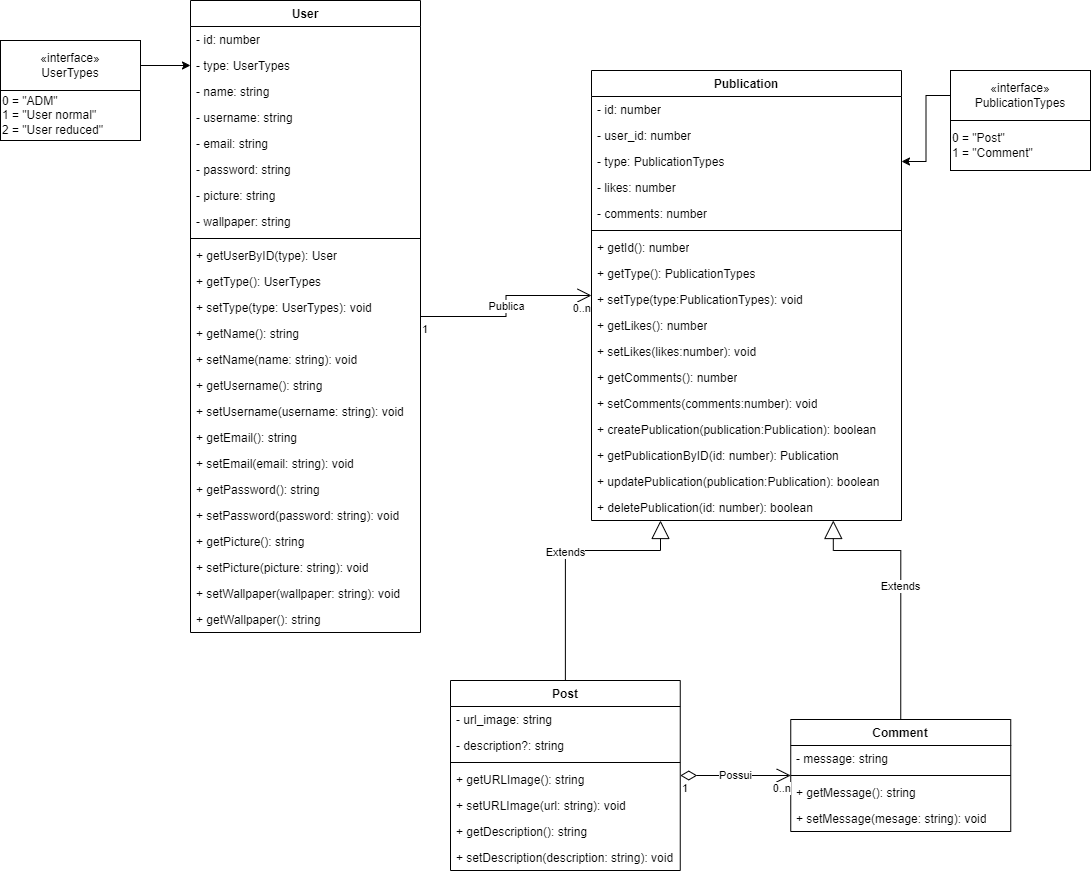
Above: docs/Diagrama de classes/Stimulus.png in CleitonJB/PW-Stimulus (draw.io), before the change. Source tidied: cells renumbered, new cells last; positions are measured from the earlier drawing's top-left corner, leaving out a move shared by most shapes.
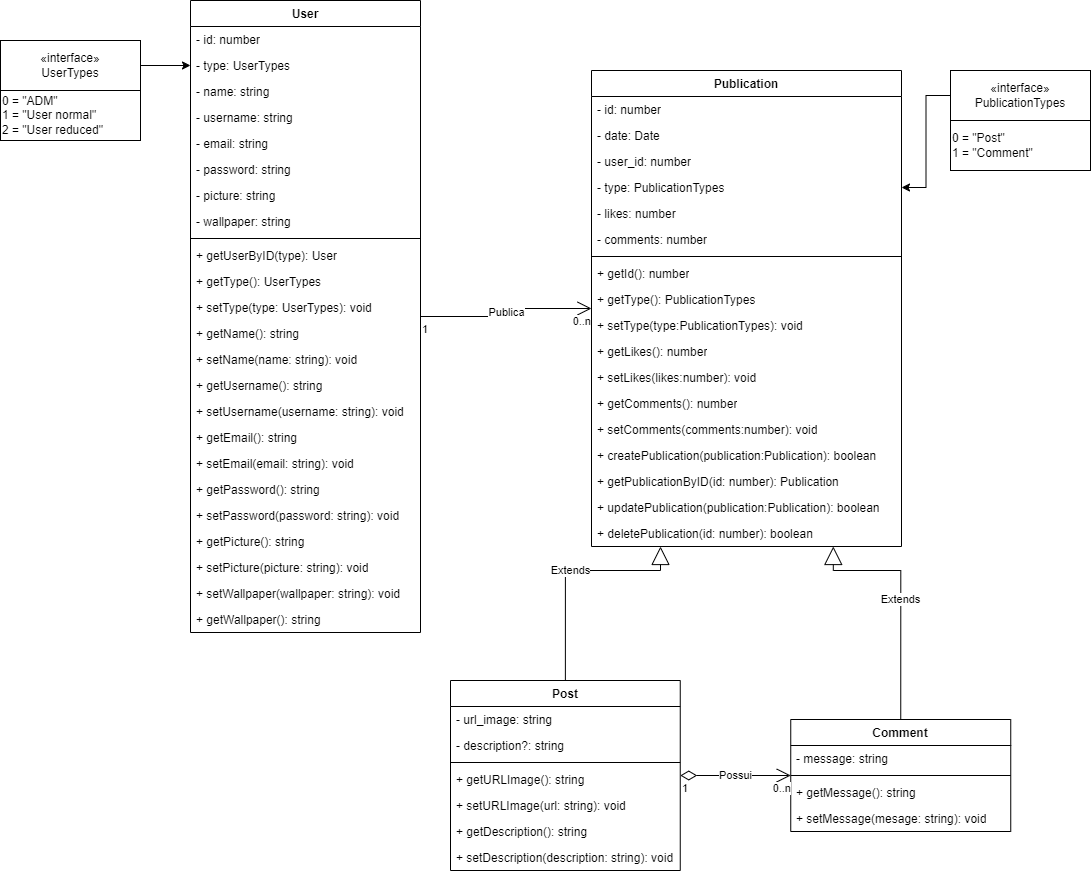
Above is the later version.

Commit message:
Update 'Diagrama de classes'

What changed in the source:
```diff
@@ -117,58 +117,61 @@
       <mxGeometry y="86" width="220" height="26" as="geometry" />
     </mxCell>
     <mxCell id="40" value="&lt;div&gt;&lt;span style=&quot;background-color: initial;&quot;&gt;Publication&lt;/span&gt;&lt;br&gt;&lt;/div&gt;" style="swimlane;fontStyle=1;align=center;verticalAlign=top;horizontal=1;startSize=26;whiteSpace=wrap;html=1;" parent="1" vertex="1">
-      <mxGeometry x="591" y="70" width="310" height="450" as="geometry" />
+      <mxGeometry x="591" y="70" width="310" height="476" as="geometry" />
     </mxCell>
     <mxCell id="41" value="- id: number" style="text;strokeColor=none;fillColor=none;align=left;verticalAlign=top;spacingLeft=4;spacingRight=4;overflow=hidden;whiteSpace=wrap;html=1;" parent="40" vertex="1">
       <mxGeometry y="26" width="310" height="26" as="geometry" />
     </mxCell>
+    <mxCell id="74" value="- date: Date" style="text;strokeColor=none;fillColor=none;align=left;verticalAlign=top;spacingLeft=4;spacingRight=4;overflow=hidden;whiteSpace=wrap;html=1;" parent="40" vertex="1">
+      <mxGeometry y="52" width="310" height="26" as="geometry" />
+    </mxCell>
     <mxCell id="42" value="- user_id: number" style="text;strokeColor=none;fillColor=none;align=left;verticalAlign=top;spacingLeft=4;spacingRight=4;overflow=hidden;whiteSpace=wrap;html=1;" parent="40" vertex="1">
-      <mxGeometry y="52" width="310" height="26" as="geometry" />
+      <mxGeometry y="78" width="310" height="26" as="geometry" />
     </mxCell>
     <mxCell id="43" value="- type: PublicationTypes" style="text;strokeColor=none;fillColor=none;align=left;verticalAlign=top;spacingLeft=4;spacingRight=4;overflow=hidden;points=[[0,0.5],[1,0.5]];portConstraint=eastwest;whiteSpace=wrap;html=1;" parent="40" vertex="1">
-      <mxGeometry y="78" width="310" height="26" as="geometry" />
+      <mxGeometry y="104" width="310" height="26" as="geometry" />
     </mxCell>
     <mxCell id="44" value="- likes: number" style="text;strokeColor=none;fillColor=none;align=left;verticalAlign=top;spacingLeft=4;spacingRight=4;overflow=hidden;whiteSpace=wrap;html=1;" parent="40" vertex="1">
-      <mxGeometry y="104" width="310" height="26" as="geometry" />
+      <mxGeometry y="130" width="310" height="26" as="geometry" />
     </mxCell>
     <mxCell id="45" value="- comments: number" style="text;strokeColor=none;fillColor=none;align=left;verticalAlign=top;spacingLeft=4;spacingRight=4;overflow=hidden;whiteSpace=wrap;html=1;" parent="40" vertex="1">
-      <mxGeometry y="130" width="310" height="26" as="geometry" />
+      <mxGeometry y="156" width="310" height="26" as="geometry" />
     </mxCell>
     <mxCell id="46" style="line;strokeWidth=1;fillColor=none;align=left;verticalAlign=middle;spacingTop=-1;spacingLeft=3;spacingRight=3;labelPosition=right;strokeColor=inherit;" parent="40" vertex="1">
-      <mxGeometry y="156" width="310" height="8" as="geometry" />
+      <mxGeometry y="182" width="310" height="8" as="geometry" />
     </mxCell>
     <mxCell id="47" value="+ getId(): number" style="text;strokeColor=none;fillColor=none;align=left;verticalAlign=top;spacingLeft=4;spacingRight=4;overflow=hidden;whiteSpace=wrap;html=1;" parent="40" vertex="1">
-      <mxGeometry y="164" width="310" height="26" as="geometry" />
+      <mxGeometry y="190" width="310" height="26" as="geometry" />
     </mxCell>
     <mxCell id="48" value="+ getType(): PublicationTypes" style="text;strokeColor=none;fillColor=none;align=left;verticalAlign=top;spacingLeft=4;spacingRight=4;overflow=hidden;whiteSpace=wrap;html=1;" parent="40" vertex="1">
-      <mxGeometry y="190" width="310" height="26" as="geometry" />
+      <mxGeometry y="216" width="310" height="26" as="geometry" />
     </mxCell>
     <mxCell id="49" value="+ setType(type:PublicationTypes): void" style="text;strokeColor=none;fillColor=none;align=left;verticalAlign=top;spacingLeft=4;spacingRight=4;overflow=hidden;whiteSpace=wrap;html=1;" parent="40" vertex="1">
-      <mxGeometry y="216" width="310" height="26" as="geometry" />
+      <mxGeometry y="242" width="310" height="26" as="geometry" />
     </mxCell>
     <mxCell id="50" value="+ getLikes(): number" style="text;strokeColor=none;fillColor=none;align=left;verticalAlign=top;spacingLeft=4;spacingRight=4;overflow=hidden;whiteSpace=wrap;html=1;" parent="40" vertex="1">
-      <mxGeometry y="242" width="310" height="26" as="geometry" />
+      <mxGeometry y="268" width="310" height="26" as="geometry" />
     </mxCell>
     <mxCell id="51" value="+ setLikes(likes:number): void" style="text;strokeColor=none;fillColor=none;align=left;verticalAlign=top;spacingLeft=4;spacingRight=4;overflow=hidden;whiteSpace=wrap;html=1;" parent="40" vertex="1">
-      <mxGeometry y="268" width="310" height="26" as="geometry" />
+      <mxGeometry y="294" width="310" height="26" as="geometry" />
     </mxCell>
     <mxCell id="52" value="+ getComments(): number" style="text;strokeColor=none;fillColor=none;align=left;verticalAlign=top;spacingLeft=4;spacingRight=4;overflow=hidden;whiteSpace=wrap;html=1;" parent="40" vertex="1">
-      <mxGeometry y="294" width="310" height="26" as="geometry" />
+      <mxGeometry y="320" width="310" height="26" as="geometry" />
     </mxCell>
     <mxCell id="53" value="+ setComments(comments:number): void" style="text;strokeColor=none;fillColor=none;align=left;verticalAlign=top;spacingLeft=4;spacingRight=4;overflow=hidden;whiteSpace=wrap;html=1;" parent="40" vertex="1">
-      <mxGeometry y="320" width="310" height="26" as="geometry" />
+      <mxGeometry y="346" width="310" height="26" as="geometry" />
     </mxCell>
     <mxCell id="54" value="+ createPublication(publication:Publication): boolean" style="text;strokeColor=none;fillColor=none;align=left;verticalAlign=top;spacingLeft=4;spacingRight=4;overflow=hidden;whiteSpace=wrap;html=1;" parent="40" vertex="1">
-      <mxGeometry y="346" width="310" height="26" as="geometry" />
+      <mxGeometry y="372" width="310" height="26" as="geometry" />
     </mxCell>
     <mxCell id="55" value="+ getPublicationByID(id: number): Publication" style="text;strokeColor=none;fillColor=none;align=left;verticalAlign=top;spacingLeft=4;spacingRight=4;overflow=hidden;whiteSpace=wrap;html=1;" parent="40" vertex="1">
-      <mxGeometry y="372" width="310" height="26" as="geometry" />
+      <mxGeometry y="398" width="310" height="26" as="geometry" />
     </mxCell>
     <mxCell id="56" value="+ updatePublication(publication:Publication): boolean" style="text;strokeColor=none;fillColor=none;align=left;verticalAlign=top;spacingLeft=4;spacingRight=4;overflow=hidden;whiteSpace=wrap;html=1;" parent="40" vertex="1">
-      <mxGeometry y="398" width="310" height="26" as="geometry" />
+      <mxGeometry y="424" width="310" height="26" as="geometry" />
     </mxCell>
     <mxCell id="57" value="+ deletePublication(id: number): boolean" style="text;strokeColor=none;fillColor=none;align=left;verticalAlign=top;spacingLeft=4;spacingRight=4;overflow=hidden;points=[[0,0.5],[1,0.5]];portConstraint=eastwest;whiteSpace=wrap;html=1;" parent="40" vertex="1">
-      <mxGeometry y="424" width="310" height="26" as="geometry" />
+      <mxGeometry y="450" width="310" height="26" as="geometry" />
     </mxCell>
     <mxCell id="58" value="Publica" style="endArrow=open;html=1;endSize=12;startArrow=none;startSize=14;startFill=0;edgeStyle=orthogonalEdgeStyle;rounded=0;endFill=0;" parent="1" edge="1" source="2" target="40">
       <mxGeometry relative="1" as="geometry" />
@@ -203,16 +206,16 @@
     <mxCell id="68" value="Extends" style="endArrow=block;endSize=16;endFill=0;html=1;rounded=0;exitX=0.5;exitY=0;exitDx=0;exitDy=0;edgeStyle=orthogonalEdgeStyle;" parent="1" edge="1" source="27" target="57">
       <mxGeometry relative="1" as="geometry">
         <Array as="points">
-          <mxPoint x="565" y="550" />
-          <mxPoint x="660" y="550" />
+          <mxPoint x="565" y="570" />
+          <mxPoint x="660" y="570" />
         </Array>
       </mxGeometry>
     </mxCell>
     <mxCell id="69" value="Extends" style="endArrow=block;endSize=16;endFill=0;html=1;rounded=0;exitX=0.5;exitY=0;exitDx=0;exitDy=0;edgeStyle=orthogonalEdgeStyle;entryX=0.78;entryY=1;entryDx=0;entryDy=0;entryPerimeter=0;" parent="1" edge="1" source="35" target="57">
       <mxGeometry relative="1" as="geometry">
         <Array as="points">
-          <mxPoint x="900" y="550" />
-          <mxPoint x="832" y="550" />
+          <mxPoint x="900" y="570" />
+          <mxPoint x="833" y="570" />
         </Array>
       </mxGeometry>
     </mxCell>
```
